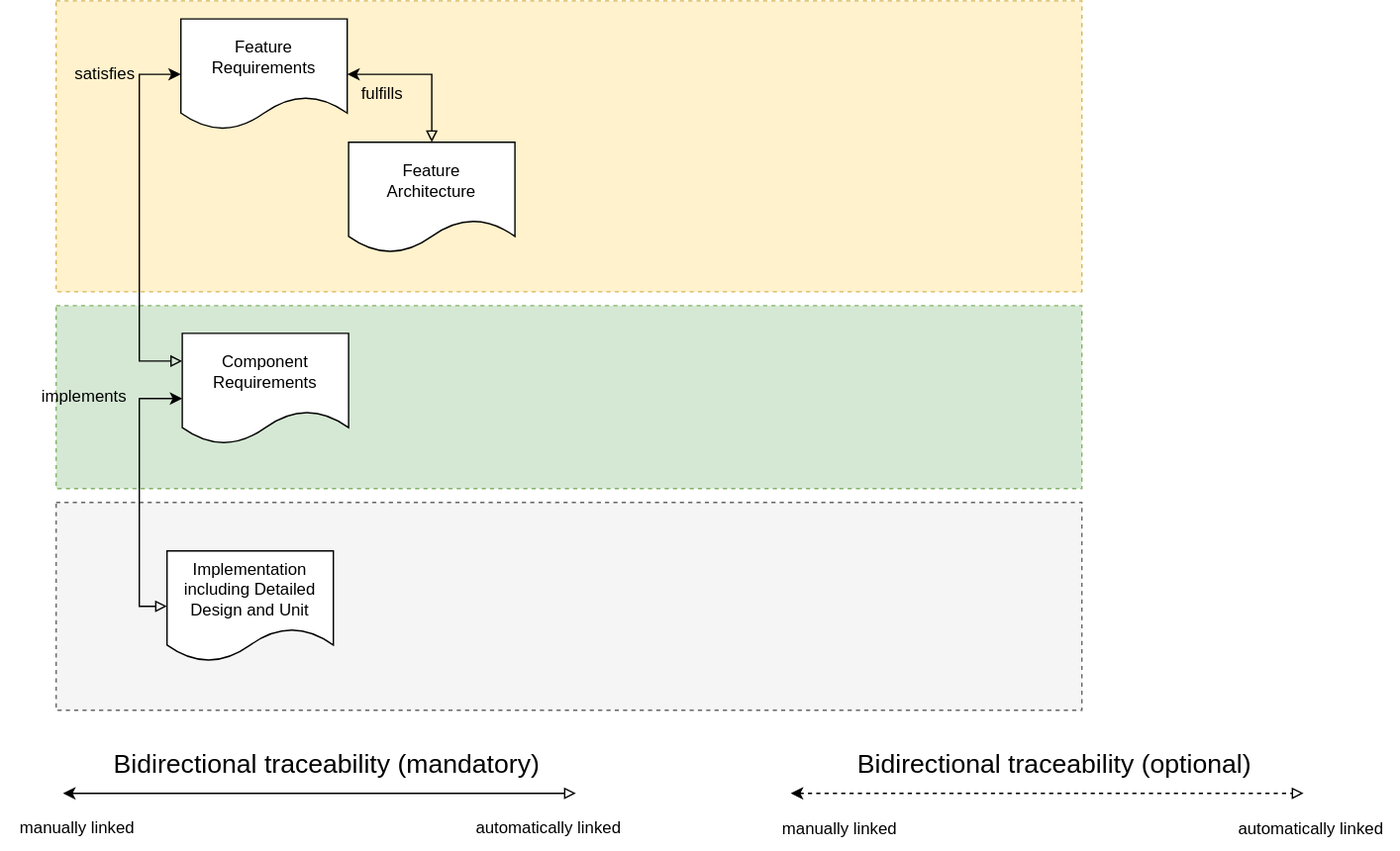
Earlier version of the draw.io export main/_images/score_traceability_model_cmp_overview_3.drawio.svg (eclipse-score/process_description). Source tidied: cells renumbered, new cells last; positions are measured from the earlier drawing's top-left corner, leaving out a move shared by most shapes.
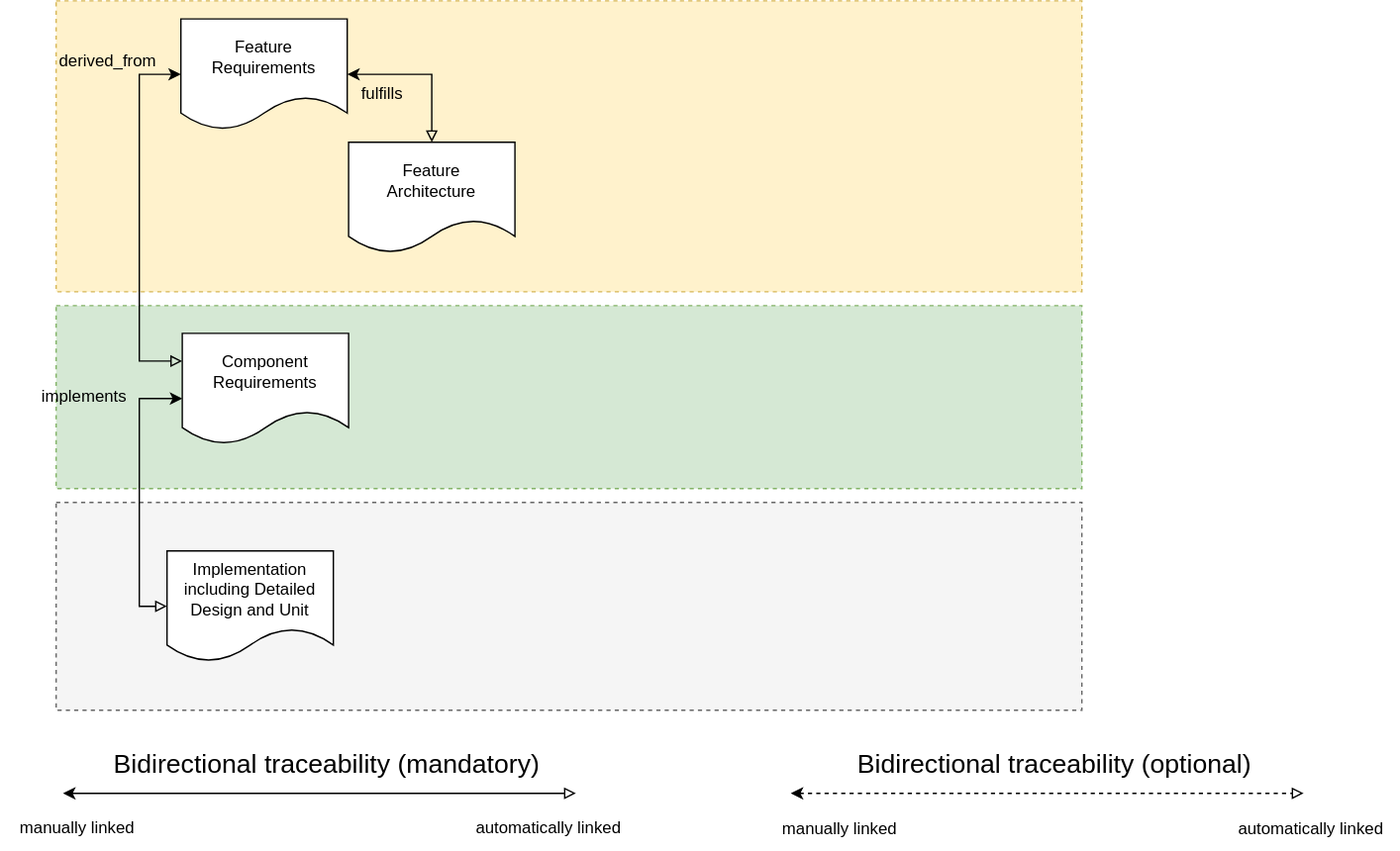
The same diagram one commit later.

What changed in the source:
```diff
@@ -79,8 +79,8 @@
     <mxCell id="21" value="implements" style="text;html=1;align=center;verticalAlign=middle;strokeColor=none;fillColor=none;" parent="1" vertex="1">
       <mxGeometry x="20" y="271" width="80" height="30" as="geometry" />
     </mxCell>
-    <mxCell id="22" value="satisfies" style="text;html=1;align=center;verticalAlign=middle;strokeColor=none;fillColor=none;" parent="1" vertex="1">
-      <mxGeometry x="40" y="38" width="70" height="30" as="geometry" />
+    <mxCell id="22" value="derived_from" style="text;html=1;align=center;verticalAlign=middle;strokeColor=none;fillColor=none;" parent="1" vertex="1">
+      <mxGeometry x="32" y="29" width="90" height="30" as="geometry" />
     </mxCell>
     <mxCell id="23" value="fulfills" style="text;html=1;align=center;verticalAlign=middle;strokeColor=none;fillColor=none;" parent="1" vertex="1">
       <mxGeometry x="250" y="52" width="50" height="30" as="geometry" />
```
